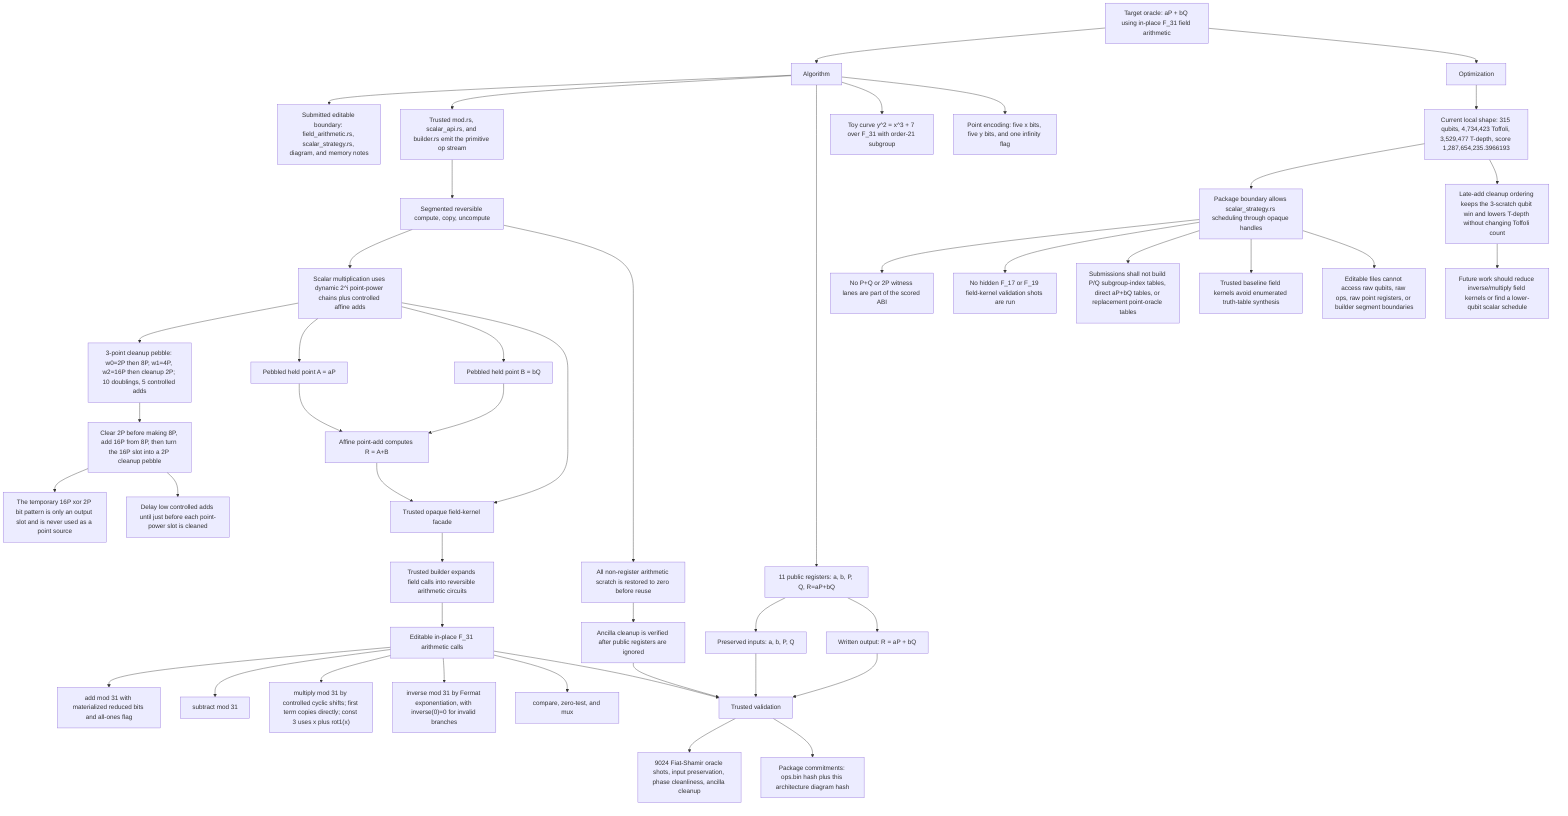
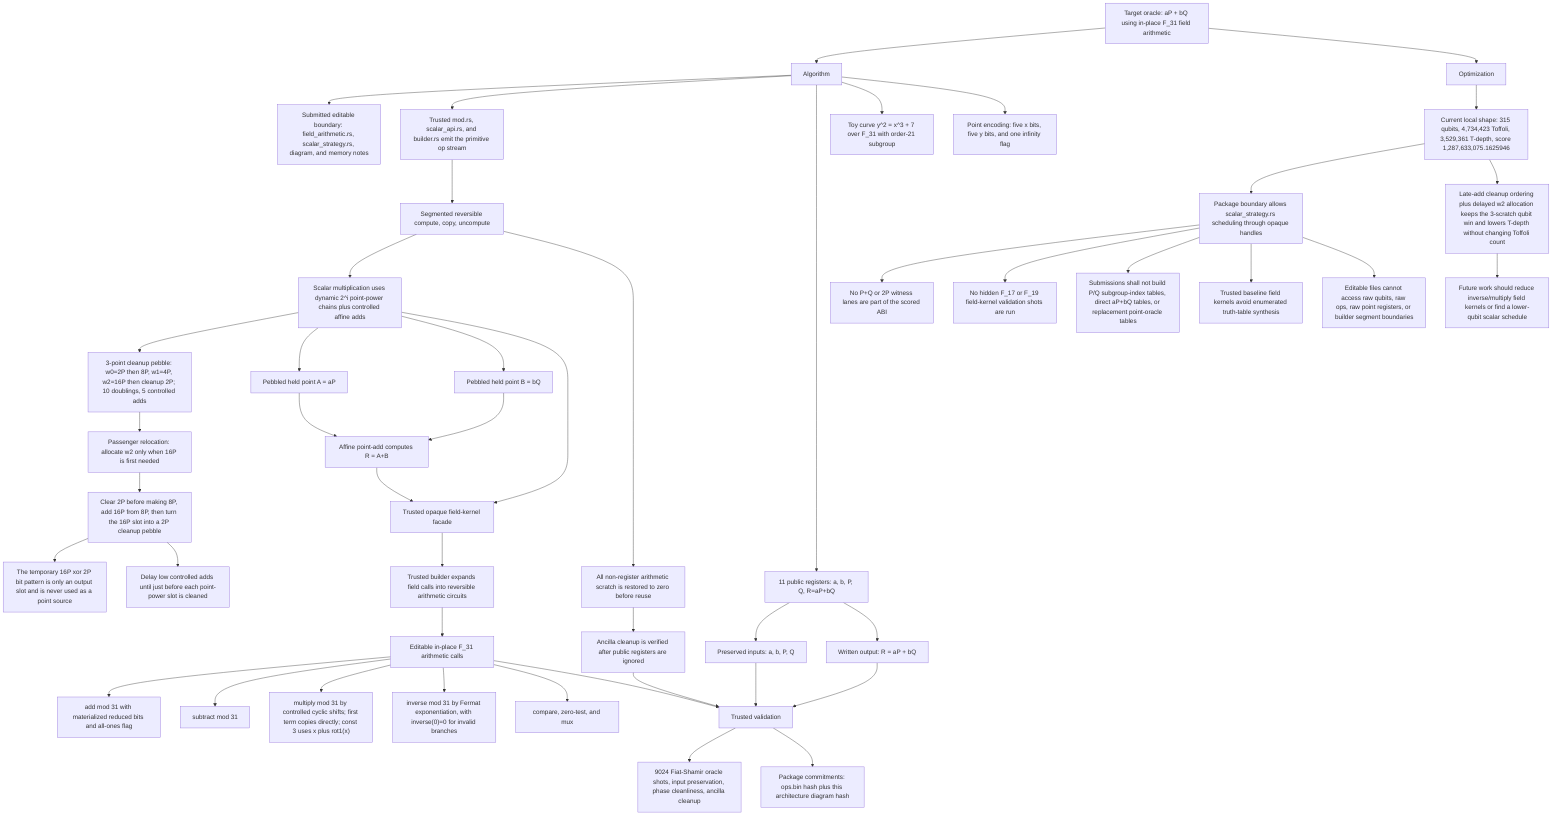
flowchart TD
  Target["Target oracle: aP + bQ using in-place F_31 field arithmetic"]
  Algorithm["Algorithm"]
  Optimization["Optimization"]

  Target --> Algorithm
  Target --> Optimization

  Algorithm --> Boundary["Submitted editable boundary: field_arithmetic.rs, scalar_strategy.rs, diagram, and memory notes"]
  Algorithm --> Build["Trusted mod.rs, scalar_api.rs, and builder.rs emit the primitive op stream"]
  Algorithm --> Registers["11 public registers: a, b, P, Q, R=aP+bQ"]
  Algorithm --> Curve["Toy curve y^2 = x^3 + 7 over F_31 with order-21 subgroup"]
  Algorithm --> Encoding["Point encoding: five x bits, five y bits, and one infinity flag"]

  Registers --> Preserve["Preserved inputs: a, b, P, Q"]
  Registers --> Outputs["Written output: R = aP + bQ"]

  Build --> Segment["Segmented reversible compute, copy, uncompute"]
  Segment --> ScalarPoint["Scalar multiplication uses dynamic 2^i point-power chains plus controlled affine adds"]
  ScalarPoint --> PowerChain["3-point cleanup pebble: w0=2P then 8P, w1=4P, w2=16P then cleanup 2P; 10 doublings, 5 controlled adds"]
-   PowerChain --> Recycle["Clear 2P before making 8P, add 16P from 8P, then turn the 16P slot into a 2P cleanup pebble"]
+   PowerChain --> Relocate["Passenger relocation: allocate w2 only when 16P is first needed"]
+   Relocate --> Recycle["Clear 2P before making 8P, add 16P from 8P, then turn the 16P slot into a 2P cleanup pebble"]
  Recycle --> InvalidPark["The temporary 16P xor 2P bit pattern is only an output slot and is never used as a point source"]
  Recycle --> LateAdds["Delay low controlled adds until just before each point-power slot is cleaned"]
  ScalarPoint --> ScalarA["Pebbled held point A = aP"]
  ScalarPoint --> ScalarB["Pebbled held point B = bQ"]
  ScalarA --> PointAdd["Affine point-add computes R = A+B"]
  ScalarB --> PointAdd

  PointAdd --> FieldFacade["Trusted opaque field-kernel facade"]
  FieldFacade --> BuilderCircuits["Trusted builder expands field calls into reversible arithmetic circuits"]
  BuilderCircuits --> FieldArithmetic["Editable in-place F_31 arithmetic calls"]
  ScalarPoint --> FieldFacade
  FieldArithmetic --> FieldAdd["add mod 31 with materialized reduced bits and all-ones flag"]
  FieldArithmetic --> FieldSub["subtract mod 31"]
  FieldArithmetic --> FieldMul["multiply mod 31 by controlled cyclic shifts; first term copies directly; const 3 uses x plus rot1(x)"]
  FieldArithmetic --> FieldInv["inverse mod 31 by Fermat exponentiation, with inverse(0)=0 for invalid branches"]
  FieldArithmetic --> FieldMux["compare, zero-test, and mux"]

  Segment --> Cleanup["All non-register arithmetic scratch is restored to zero before reuse"]
  Cleanup --> Ancilla["Ancilla cleanup is verified after public registers are ignored"]

-   Optimization --> CurrentShape["Current local shape: 315 qubits, 4,734,423 Toffoli, 3,529,477 T-depth, score 1,287,654,235.3966193"]
+   Optimization --> CurrentShape["Current local shape: 315 qubits, 4,734,423 Toffoli, 3,529,361 T-depth, score 1,287,633,075.1625946"]
  CurrentShape --> Contract["Package boundary allows scalar_strategy.rs scheduling through opaque handles"]
  Contract --> NoPublicWitness["No P+Q or 2P witness lanes are part of the scored ABI"]
  Contract --> NoHiddenWitness["No hidden F_17 or F_19 field-kernel validation shots are run"]
  Contract --> NoLookupTables["Submissions shall not build P/Q subgroup-index tables, direct aP+bQ tables, or replacement point-oracle tables"]
  Contract --> NoFieldTruthTables["Trusted baseline field kernels avoid enumerated truth-table synthesis"]
  Contract --> NoRawBuilder["Editable files cannot access raw qubits, raw ops, raw point registers, or builder segment boundaries"]
-   CurrentShape --> Tradeoff["Late-add cleanup ordering keeps the 3-scratch qubit win and lowers T-depth without changing Toffoli count"]
+   CurrentShape --> Tradeoff["Late-add cleanup ordering plus delayed w2 allocation keeps the 3-scratch qubit win and lowers T-depth without changing Toffoli count"]
  Tradeoff --> ReplaceLater["Future work should reduce inverse/multiply field kernels or find a lower-qubit scalar schedule"]

  Preserve --> Validation["Trusted validation"]
  Outputs --> Validation
  FieldArithmetic --> Validation
  Ancilla --> Validation
  Validation --> Checks["9024 Fiat-Shamir oracle shots, input preservation, phase cleanliness, ancilla cleanup"]
  Validation --> Commitments["Package commitments: ops.bin hash plus this architecture diagram hash"]
